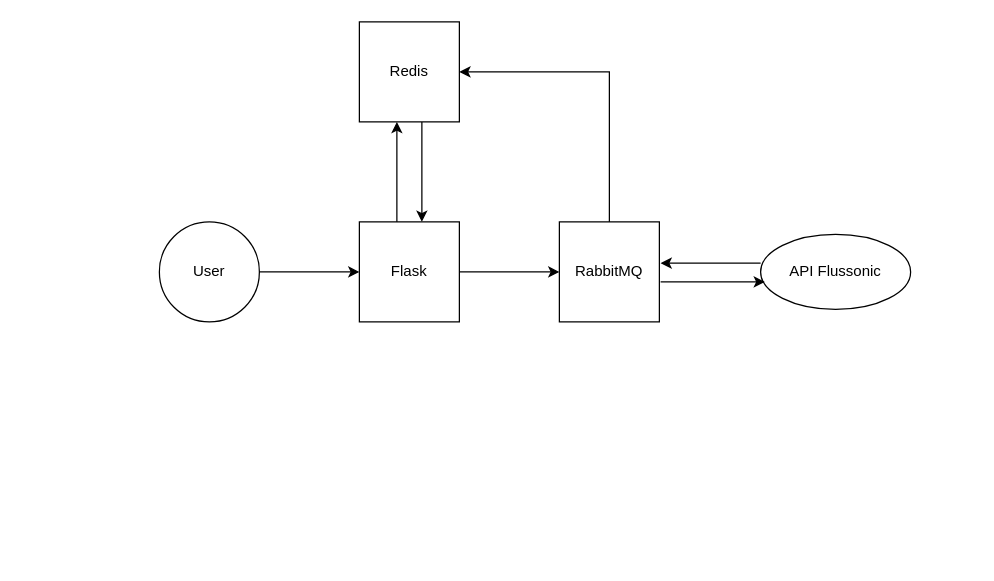
Before: FSConfig.drawio in AntonSheinin/FSConfig, a draw.io diagram. Source tidied: cells renumbered, new cells numbered last; positions are measured from the earlier drawing's top-left corner, leaving out a move shared by most shapes. Both pictures are drawn from the tidied source at 125%, with x=0, y=0 at pixel (159, 21).
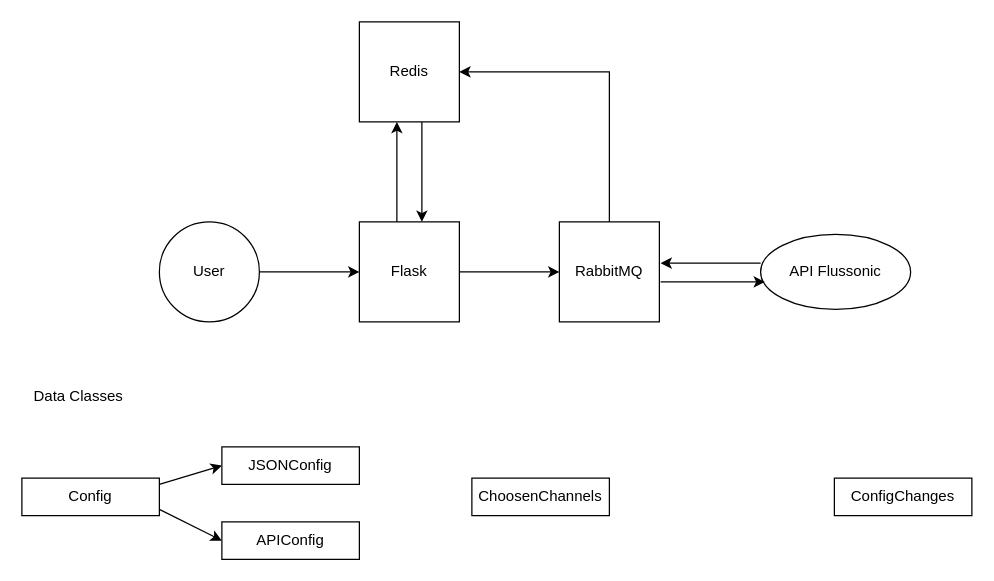
After the change.

The edit, as a diff of the source:
```diff
@@
+    <mxCell id="15" value="Data Classes" style="text;html=1;align=center;verticalAlign=middle;fillColor=none;strokeColor=none;rounded=0;" parent="1" vertex="1">
+      <mxGeometry x="-110" y="285" width="90" height="30" as="geometry" />
+    </mxCell>
+    <mxCell id="16" style="edgeStyle=none;rounded=0;jettySize=auto;html=1;entryX=0;entryY=0.5;entryDx=0;entryDy=0;" parent="1" edge="1" target="19">
+      <mxGeometry relative="1" as="geometry">
+        <mxPoint y="390" as="sourcePoint" />
+      </mxGeometry>
+    </mxCell>
+    <mxCell id="17" value="Config" style="rounded=0;whiteSpace=wrap;html=1;" parent="1" vertex="1">
+      <mxGeometry x="-110" y="365" width="110" height="30" as="geometry" />
+    </mxCell>
+    <mxCell id="18" value="JSONConfig" style="rounded=0;whiteSpace=wrap;html=1;" parent="1" vertex="1">
+      <mxGeometry x="50" y="340" width="110" height="30" as="geometry" />
+    </mxCell>
+    <mxCell id="19" value="APIConfig" style="rounded=0;whiteSpace=wrap;html=1;" parent="1" vertex="1">
+      <mxGeometry x="50" y="400" width="110" height="30" as="geometry" />
+    </mxCell>
+    <mxCell id="20" style="edgeStyle=none;rounded=0;jettySize=auto;html=1;entryX=0;entryY=0.5;entryDx=0;entryDy=0;" parent="1" edge="1" target="18">
+      <mxGeometry relative="1" as="geometry">
+        <mxPoint y="370" as="sourcePoint" />
+      </mxGeometry>
+    </mxCell>
+    <mxCell id="21" value="ChoosenChannels" style="rounded=0;whiteSpace=wrap;html=1;" parent="1" vertex="1">
+      <mxGeometry x="250" y="365" width="110" height="30" as="geometry" />
+    </mxCell>
+    <mxCell id="22" value="ConfigChanges" style="rounded=0;whiteSpace=wrap;html=1;" parent="1" vertex="1">
+      <mxGeometry x="540" y="365" width="110" height="30" as="geometry" />
+    </mxCell>
```
